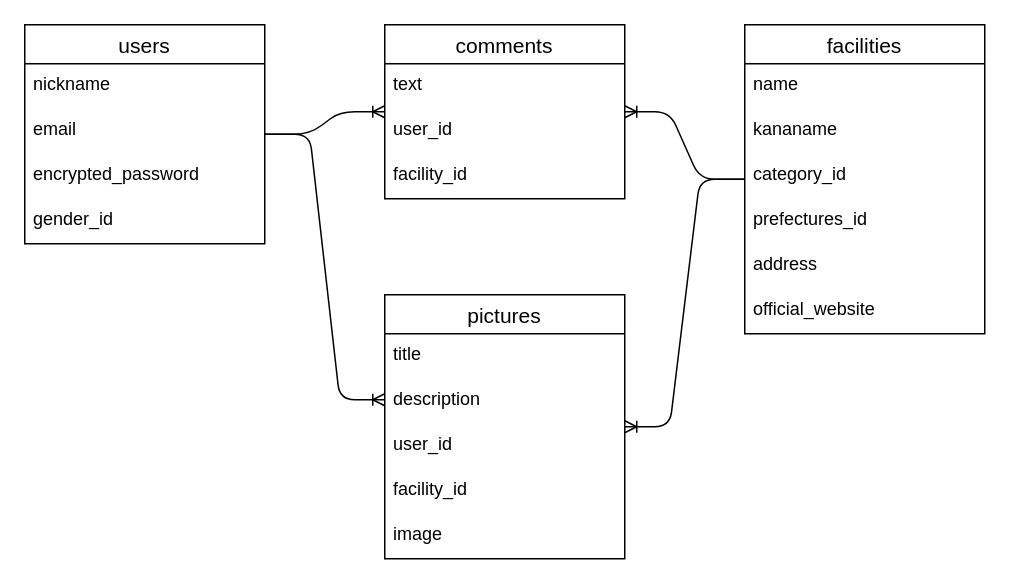
The draw.io diagram ERD.dio in masaya-Programming/animal-connection, before the edit. Source tidied: cells renumbered, new cells numbered last; positions are measured from the earlier drawing's top-left corner, leaving out a move shared by most shapes. Both pictures are drawn from the tidied source at 150%, with x=0, y=0 at pixel (24, 24).
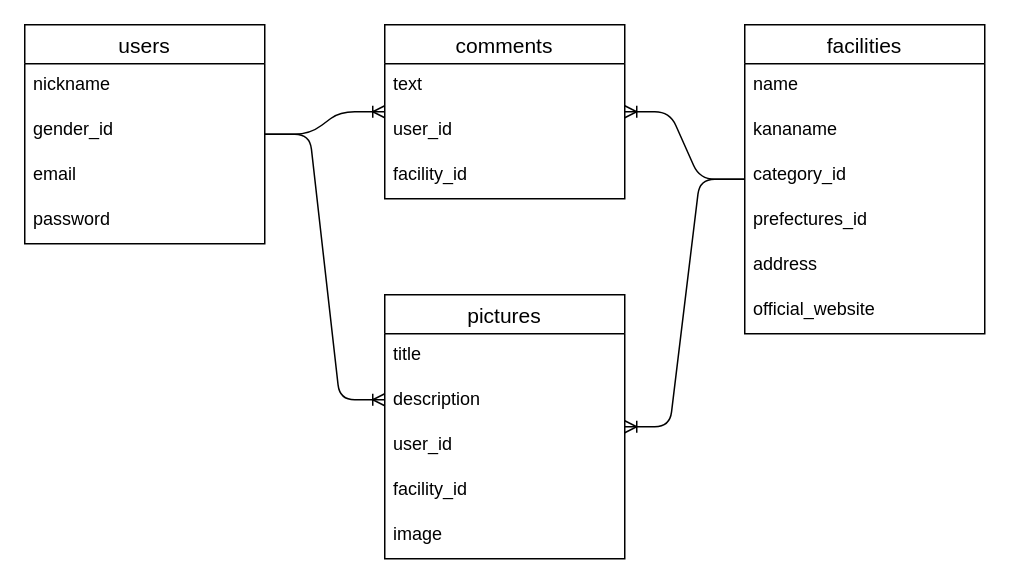
The same page after the edit.

Unchanged cells that the change refers to:
```xml
<mxCell id="6" value="users" style="swimlane;fontStyle=0;horizontal=1;startSize=26;align=center;fontSize=14;" parent="1" vertex="1">
  <mxGeometry width="160" height="146" as="geometry" />
</mxCell>
```

The edit, as a diff of the source:
```diff
@@
+    <mxCell id="10" value="gender_id" style="text;strokeColor=none;fillColor=none;spacingLeft=4;spacingRight=4;overflow=hidden;fontSize=12;" parent="6" vertex="1">
+      <mxGeometry y="56" width="160" height="30" as="geometry" />
+    </mxCell>
     <mxCell id="8" value="email" style="text;strokeColor=none;fillColor=none;spacingLeft=4;spacingRight=4;overflow=hidden;fontSize=12;" parent="6" vertex="1">
-      <mxGeometry y="56" width="160" height="30" as="geometry" />
+      <mxGeometry y="86" width="160" height="30" as="geometry" />
     </mxCell>
-    <mxCell id="9" value="encrypted_password" style="text;strokeColor=none;fillColor=none;spacingLeft=4;spacingRight=4;overflow=hidden;fontSize=12;" parent="6" vertex="1">
-      <mxGeometry y="86" width="160" height="30" as="geometry" />
-    </mxCell>
-    <mxCell id="10" value="gender_id" style="text;strokeColor=none;fillColor=none;spacingLeft=4;spacingRight=4;overflow=hidden;fontSize=12;" parent="6" vertex="1">
-      <mxGeometry y="116" width="160" height="30" as="geometry" />
-    </mxCell>
+    <mxCell id="28" value="password" style="text;strokeColor=none;fillColor=none;spacingLeft=4;spacingRight=4;overflow=hidden;fontSize=12;" parent="6" vertex="1">
+      <mxGeometry y="116" width="160" height="30" as="geometry" />
+    </mxCell>
```
